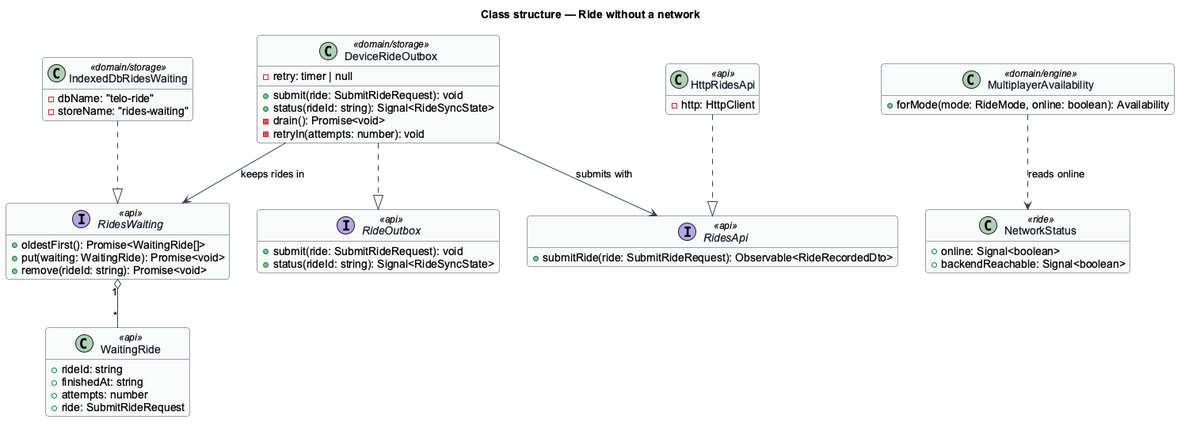
Above: docs/detailed-designs/performance/ride-without-a-network/diagrams/class-structure.png in QuinntyneBrown/wattzup (PlantUML), before the change. Source of this version:
```plantuml
@startuml
skinparam backgroundColor #FFFFFF
skinparam shadowing false
skinparam roundcorner 8
skinparam defaultFontName Arial
skinparam ArrowColor #344054
skinparam class {
  BorderColor #344054
  FontColor #101828
  BackgroundColor #F9FAFB
}
title Class structure — Ride without a network
hide empty members

class WaitingRide <<api>> {
  +rideId: string
  +finishedAt: string
  +attempts: number
  +ride: SubmitRideRequest
}
interface RidesWaiting <<api>> {
  +oldestFirst(): Promise<WaitingRide[]>
  +put(waiting: WaitingRide): Promise<void>
  +remove(rideId: string): Promise<void>
}
class IndexedDbRidesWaiting <<domain/storage>> {
  -dbName: "telo-ride"
  -storeName: "rides-waiting"
}
interface RidesApi <<api>> {
  +submitRide(ride: SubmitRideRequest): Observable<RideRecordedDto>
}
class HttpRidesApi <<api>> {
  -http: HttpClient
}
interface RideOutbox <<api>> {
  +submit(ride: SubmitRideRequest): void
  +status(rideId: string): Signal<RideSyncState>
}
class DeviceRideOutbox <<domain/storage>> {
  -retry: timer | null
  +submit(ride: SubmitRideRequest): void
  +status(rideId: string): Signal<RideSyncState>
  -drain(): Promise<void>
  -retryIn(attempts: number): void
}
class NetworkStatus <<ride>> {
  +online: Signal<boolean>
  +backendReachable: Signal<boolean>
}
class MultiplayerAvailability <<domain/engine>> {
  +forMode(mode: RideMode, online: boolean): Availability
}
IndexedDbRidesWaiting ..|> RidesWaiting
HttpRidesApi ..|> RidesApi
DeviceRideOutbox ..|> RideOutbox
DeviceRideOutbox --> RidesWaiting : keeps rides in
DeviceRideOutbox --> RidesApi : submits with
RidesWaiting "1" o-- "*" WaitingRide
MultiplayerAvailability ..> NetworkStatus : reads online
@enduml
```
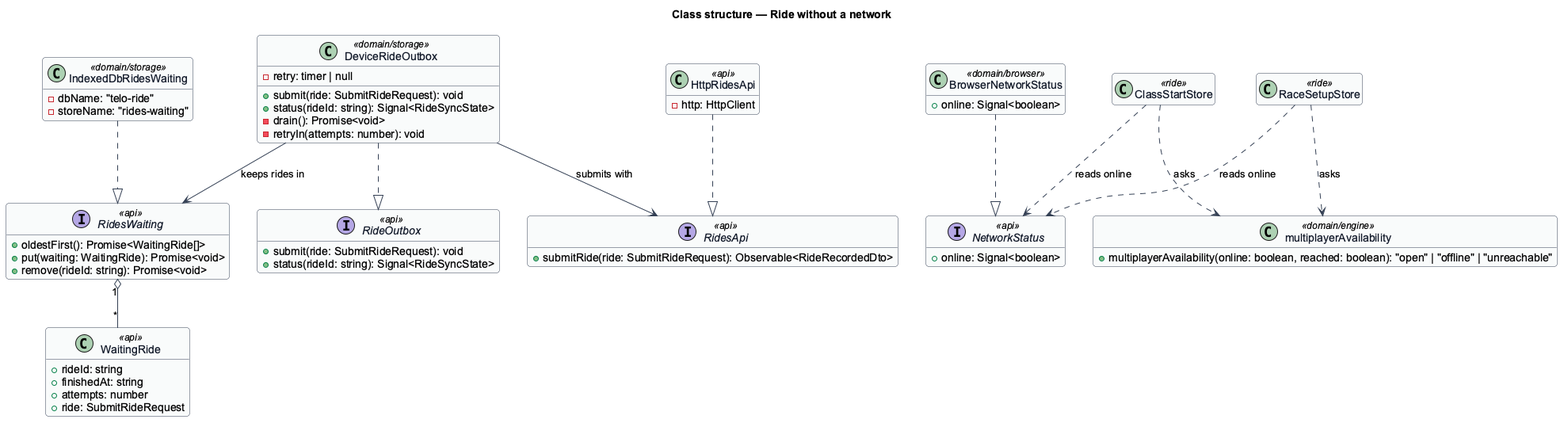
Above is the later version.

Commit message:
Design slice 17.3's offline choices

The edit, as a diff of the source:
```diff
@@ -44,18 +44,26 @@
   -drain(): Promise<void>
   -retryIn(attempts: number): void
 }
-class NetworkStatus <<ride>> {
+interface NetworkStatus <<api>> {
   +online: Signal<boolean>
-  +backendReachable: Signal<boolean>
 }
-class MultiplayerAvailability <<domain/engine>> {
-  +forMode(mode: RideMode, online: boolean): Availability
+class BrowserNetworkStatus <<domain/browser>> {
+  +online: Signal<boolean>
 }
+class multiplayerAvailability <<domain/engine>> {
+  +multiplayerAvailability(online: boolean, reached: boolean): "open" | "offline" | "unreachable"
+}
+class RaceSetupStore <<ride>>
+class ClassStartStore <<ride>>
 IndexedDbRidesWaiting ..|> RidesWaiting
 HttpRidesApi ..|> RidesApi
 DeviceRideOutbox ..|> RideOutbox
 DeviceRideOutbox --> RidesWaiting : keeps rides in
 DeviceRideOutbox --> RidesApi : submits with
 RidesWaiting "1" o-- "*" WaitingRide
-MultiplayerAvailability ..> NetworkStatus : reads online
+BrowserNetworkStatus ..|> NetworkStatus
+RaceSetupStore ..> NetworkStatus : reads online
+ClassStartStore ..> NetworkStatus : reads online
+RaceSetupStore ..> multiplayerAvailability : asks
+ClassStartStore ..> multiplayerAvailability : asks
 @enduml
```
